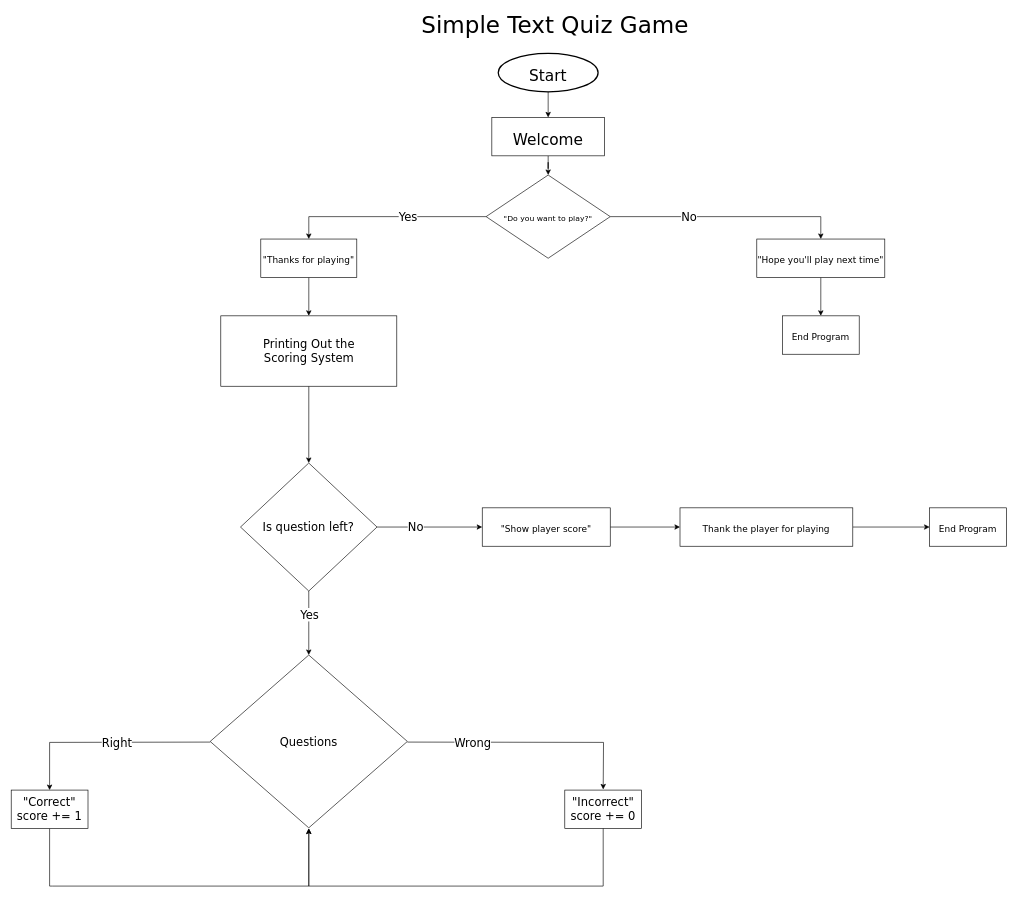
Before: quiz_game_flowchart.drawio in taifur-rahaman/quiz_game, a draw.io diagram. Source tidied: cells renumbered, new cells numbered last; positions are measured from the earlier drawing's top-left corner, leaving out a move shared by most shapes. Both pictures are drawn from the tidied source at 64%, with x=0, y=0 at pixel (11, 15).
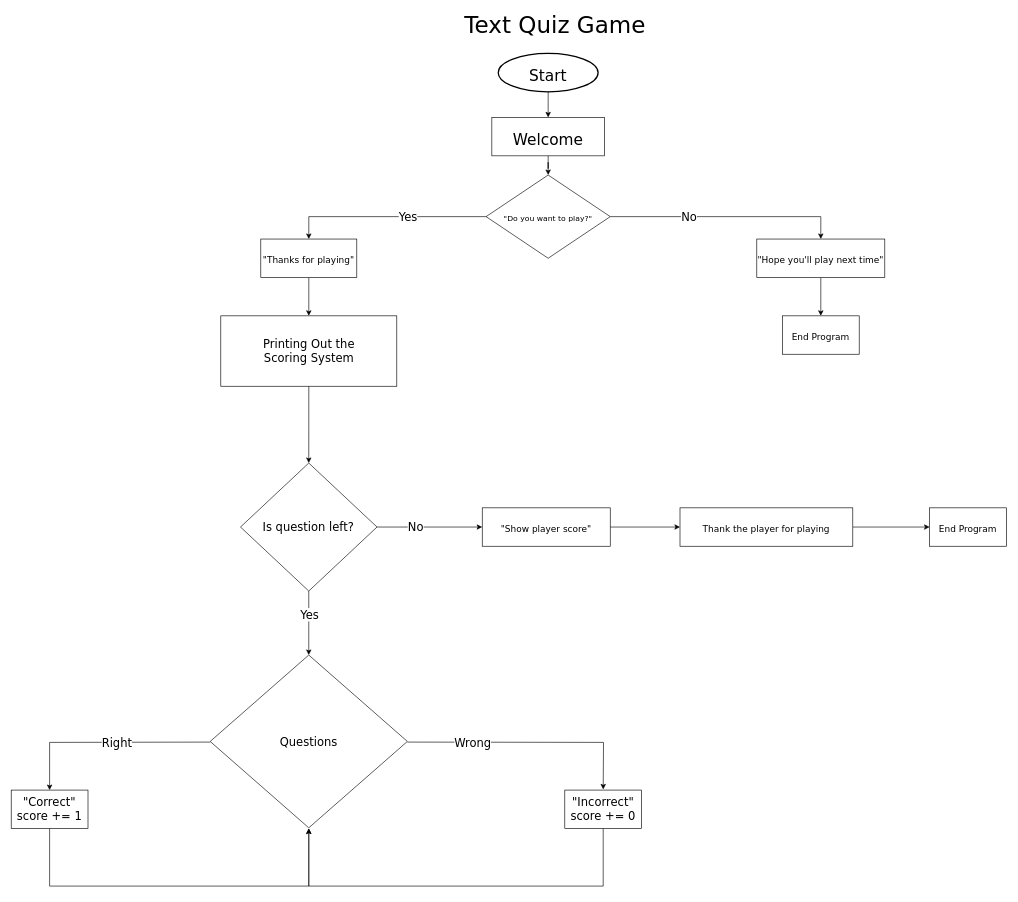
The same page after the edit.

Change to the diagram source:
```diff
@@
-    <mxCell id="2" value="&lt;font face=&quot;Verdana&quot; style=&quot;font-size: 36px&quot;&gt;Simple Text Quiz Game&lt;/font&gt;" style="text;html=1;strokeColor=none;fillColor=none;align=center;verticalAlign=middle;whiteSpace=wrap;rounded=0;" parent="1" vertex="1">
+    <mxCell id="2" value="&lt;font face=&quot;Verdana&quot; style=&quot;font-size: 36px&quot;&gt;Text Quiz Game&lt;/font&gt;" style="text;html=1;strokeColor=none;fillColor=none;align=center;verticalAlign=middle;whiteSpace=wrap;rounded=0;" parent="1" vertex="1">
       <mxGeometry x="595" width="510" height="30" as="geometry" />
     </mxCell>
```
